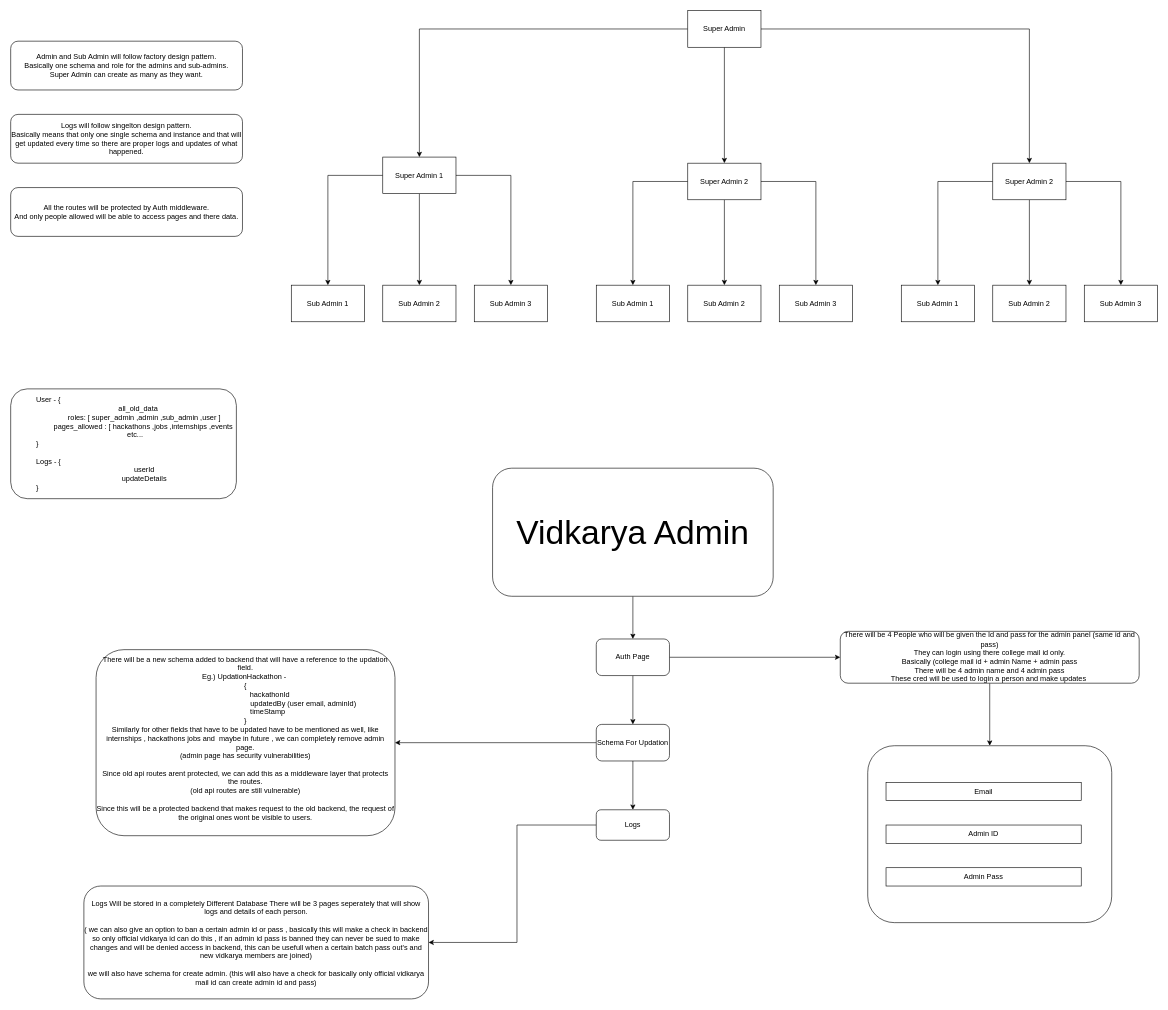
This is VidkaryaCMS.drawio from MishraShardendu22/Vidkarya, a draw.io file, before an edit. Source tidied: cells renumbered, new cells numbered last; positions are measured from the earlier drawing's top-left corner, leaving out a move shared by most shapes. Both pictures are drawn from the tidied source at 61%, with x=0, y=0 at pixel (10, 10).
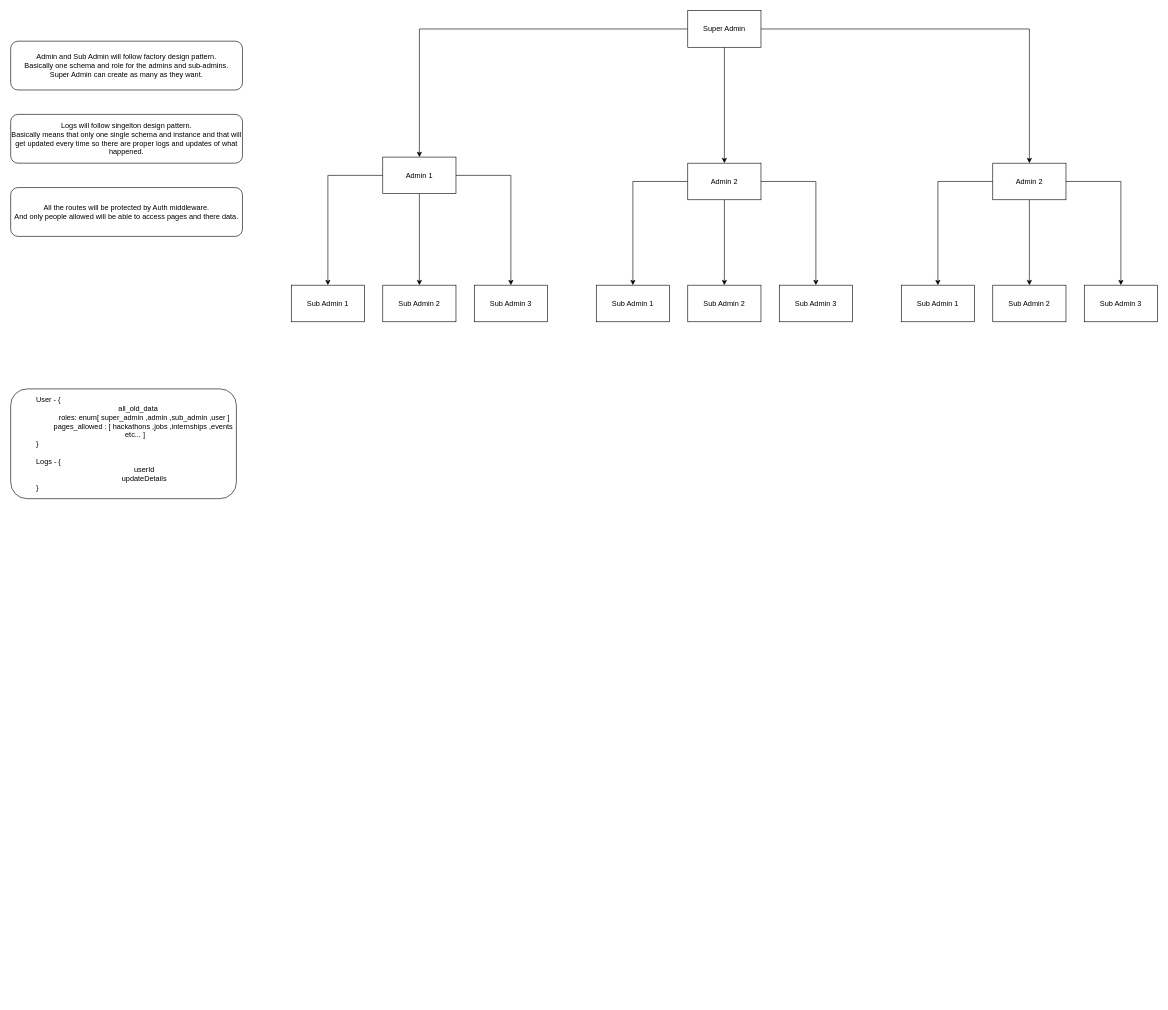
After the change.

What changed in the source:
```diff
@@
-    <mxCell id="2" style="edgeStyle=orthogonalEdgeStyle;rounded=0;jettySize=auto;html=1;" parent="1" edge="1" source="3" target="6">
-      <mxGeometry relative="1" as="geometry" />
-    </mxCell>
-    <mxCell id="3" value="&lt;font style=&quot;font-size: 55px;&quot;&gt;Vidkarya Admin&lt;/font&gt;" style="rounded=1;whiteSpace=wrap;html=1;" parent="1" vertex="1">
-      <mxGeometry x="790" y="750" width="460" height="210" as="geometry" />
-    </mxCell>
-    <mxCell id="4" style="edgeStyle=orthogonalEdgeStyle;rounded=0;jettySize=auto;html=1;entryX=0;entryY=0.5;entryDx=0;entryDy=0;" parent="1" edge="1" source="6" target="8">
-      <mxGeometry relative="1" as="geometry" />
-    </mxCell>
-    <mxCell id="5" style="edgeStyle=orthogonalEdgeStyle;rounded=0;jettySize=auto;html=1;" parent="1" edge="1" source="6" target="15">
-      <mxGeometry relative="1" as="geometry" />
-    </mxCell>
-    <mxCell id="6" value="Auth Page" style="whiteSpace=wrap;html=1;rounded=1;" parent="1" vertex="1">
-      <mxGeometry x="960" y="1030" width="120" height="60" as="geometry" />
-    </mxCell>
-    <mxCell id="7" style="edgeStyle=orthogonalEdgeStyle;rounded=0;jettySize=auto;html=1;entryX=0.5;entryY=0;entryDx=0;entryDy=0;" parent="1" edge="1" source="8" target="9">
-      <mxGeometry relative="1" as="geometry" />
-    </mxCell>
-    <mxCell id="8" value="There will be 4 People who will be given the Id and pass for the admin panel (same id and pass)&lt;div&gt;They can login using there college mail id only.&lt;br&gt;Basically (college mail id + admin Name + admin pass&lt;/div&gt;&lt;div&gt;&lt;span style=&quot;background-color: transparent; color: light-dark(rgb(0, 0, 0), rgb(255, 255, 255));&quot;&gt;There will be 4 admin name and 4 admin pass&lt;/span&gt;&lt;/div&gt;&lt;div&gt;These cred will be used to login a person and make updates&amp;nbsp;&lt;/div&gt;" style="rounded=1;whiteSpace=wrap;html=1;align=center;" parent="1" vertex="1">
-      <mxGeometry x="1360" y="1017.5" width="490" height="85" as="geometry" />
-    </mxCell>
-    <mxCell id="9" style="rounded=1;whiteSpace=wrap;html=1;" parent="1" vertex="1">
-      <mxGeometry x="1405" y="1205" width="400" height="290" as="geometry" />
-    </mxCell>
-    <mxCell id="10" value="Email" style="rounded=0;whiteSpace=wrap;html=1;" parent="1" vertex="1">
-      <mxGeometry x="1435" y="1265" width="320" height="30" as="geometry" />
-    </mxCell>
-    <mxCell id="11" value="Admin Pass" style="rounded=0;whiteSpace=wrap;html=1;" parent="1" vertex="1">
-      <mxGeometry x="1435" y="1405" width="320" height="30" as="geometry" />
-    </mxCell>
-    <mxCell id="12" value="Admin ID" style="rounded=0;whiteSpace=wrap;html=1;" parent="1" vertex="1">
-      <mxGeometry x="1435" y="1335" width="320" height="30" as="geometry" />
-    </mxCell>
-    <mxCell id="13" style="edgeStyle=orthogonalEdgeStyle;rounded=0;jettySize=auto;html=1;" parent="1" edge="1" source="15" target="16">
-      <mxGeometry relative="1" as="geometry" />
-    </mxCell>
-    <mxCell id="14" style="edgeStyle=orthogonalEdgeStyle;rounded=0;jettySize=auto;html=1;exitX=0.5;exitY=1;exitDx=0;exitDy=0;" parent="1" edge="1" source="15" target="18">
-      <mxGeometry relative="1" as="geometry" />
-    </mxCell>
-    <mxCell id="15" value="Schema For Updation" style="whiteSpace=wrap;html=1;rounded=1;" parent="1" vertex="1">
-      <mxGeometry x="960" y="1170" width="120" height="60" as="geometry" />
-    </mxCell>
-    <mxCell id="16" value="There will be a new schema added to backend that will have a reference to the updation field.&lt;div&gt;Eg.) UpdationHackathon -&amp;nbsp;&lt;/div&gt;&lt;div&gt;{&lt;/div&gt;&lt;div&gt;&lt;span style=&quot;white-space: pre;&quot;&gt;&#9;&lt;span style=&quot;white-space: pre;&quot;&gt;&#9;&lt;/span&gt;&lt;span style=&quot;white-space: pre;&quot;&gt;&#9;&lt;/span&gt;&lt;/span&gt;hackathonId&lt;/div&gt;&lt;div&gt;&lt;span style=&quot;white-space: pre;&quot;&gt;&lt;span style=&quot;white-space: pre;&quot;&gt;&#9;&lt;/span&gt;&lt;span style=&quot;white-space: pre;&quot;&gt;&#9;&lt;/span&gt;&lt;span style=&quot;white-space: pre;&quot;&gt;&#9;&lt;/span&gt;&lt;span style=&quot;white-space: pre;&quot;&gt;&#9;&lt;/span&gt;                         &lt;/span&gt;updatedBy (user email, adminId)&lt;/div&gt;&lt;div&gt;&lt;span style=&quot;white-space: pre;&quot;&gt;&#9;&lt;/span&gt;&lt;span style=&quot;white-space: pre;&quot;&gt;&#9;&lt;/span&gt;&amp;nbsp; &amp;nbsp; &amp;nbsp; timeStamp&lt;/div&gt;&lt;div&gt;}&lt;/div&gt;&lt;div&gt;Similarly for other fields that have to be updated have to be mentioned as well, like internships , hackathons jobs and&amp;nbsp; maybe in future , we can completely remove admin page.&lt;/div&gt;&lt;div&gt;(admin page has security vulnerabilities)&lt;/div&gt;&lt;div&gt;&lt;br&gt;&lt;/div&gt;&lt;div&gt;Since old api routes arent protected, we can add this as a middleware layer that protects the routes.&lt;/div&gt;&lt;div&gt;(old api routes are still vulnerable)&lt;/div&gt;&lt;div&gt;&lt;br&gt;&lt;/div&gt;&lt;div&gt;Since this will be a protected backend that makes request to the old backend, the request of the original ones wont be visible to users.&lt;br&gt;&lt;br&gt;&lt;/div&gt;" style="whiteSpace=wrap;html=1;rounded=1;" parent="1" vertex="1">
-      <mxGeometry x="140" y="1047.5" width="490" height="305" as="geometry" />
-    </mxCell>
-    <mxCell id="17" style="edgeStyle=orthogonalEdgeStyle;rounded=0;jettySize=auto;html=1;entryX=1;entryY=0.5;entryDx=0;entryDy=0;" parent="1" edge="1" source="18" target="19">
-      <mxGeometry relative="1" as="geometry">
-        <Array as="points">
-          <mxPoint x="830" y="1335" />
-          <mxPoint x="830" y="1527" />
-        </Array>
-      </mxGeometry>
-    </mxCell>
-    <mxCell id="18" value="Logs" style="rounded=1;whiteSpace=wrap;html=1;" parent="1" vertex="1">
-      <mxGeometry x="960" y="1310" width="120" height="50" as="geometry" />
-    </mxCell>
-    <mxCell id="19" value="&lt;div&gt;Logs Will be stored in a completely Different Database There will be 3 pages seperately that will show logs and details of each person.&lt;/div&gt;&lt;div&gt;&lt;br&gt;&lt;/div&gt;&lt;div&gt;( we can also give an option to ban a certain admin id or pass , basically this will make a check in backend so only official vidkarya id can do this , if an admin id pass is banned they can never be sued to make changes and will be denied access in backend, this can be usefull when a certain batch pass out's and new vidkarya members are joined)&lt;br&gt;&lt;br&gt;we will also have schema for create admin. (this will also have a check for basically only official vidkarya mail id can create admin id and pass)&lt;/div&gt;" style="whiteSpace=wrap;html=1;rounded=1;" parent="1" vertex="1">
-      <mxGeometry x="120" y="1435" width="565" height="185" as="geometry" />
-    </mxCell>
@@
-    <mxCell id="27" value="Super Admin 1" style="rounded=0;whiteSpace=wrap;html=1;" parent="1" vertex="1">
+    <mxCell id="27" value="Admin 1" style="rounded=0;whiteSpace=wrap;html=1;" parent="1" vertex="1">
       <mxGeometry x="610" y="240" width="120" height="60" as="geometry" />
     </mxCell>
@@
-    <mxCell id="34" value="Super Admin 2" style="rounded=0;whiteSpace=wrap;html=1;" parent="1" vertex="1">
+    <mxCell id="34" value="Admin 2" style="rounded=0;whiteSpace=wrap;html=1;" parent="1" vertex="1">
       <mxGeometry x="1110" y="250" width="120" height="60" as="geometry" />
     </mxCell>
@@
-    <mxCell id="41" value="Super Admin 2" style="rounded=0;whiteSpace=wrap;html=1;" parent="1" vertex="1">
+    <mxCell id="41" value="Admin 2" style="rounded=0;whiteSpace=wrap;html=1;" parent="1" vertex="1">
       <mxGeometry x="1610" y="250" width="120" height="60" as="geometry" />
     </mxCell>
@@
-    <mxCell id="48" value="&lt;blockquote style=&quot;margin: 0 0 0 40px; border: none; padding: 0px;&quot;&gt;User - {&lt;div style=&quot;text-align: center;&quot;&gt;&lt;span style=&quot;background-color: transparent; color: light-dark(rgb(0, 0, 0), rgb(255, 255, 255));&quot;&gt;&amp;nbsp; all_old_data&lt;/span&gt;&lt;/div&gt;&lt;div style=&quot;text-align: center;&quot;&gt;&lt;span style=&quot;white-space: pre;&quot;&gt;&#9;&lt;/span&gt;roles: [ super_admin ,admin ,sub_admin ,user ]&lt;/div&gt;&lt;div style=&quot;text-align: center;&quot;&gt;&lt;span style=&quot;white-space: pre;&quot;&gt;&#9;&lt;/span&gt;pages_allowed : [ hackathons ,jobs ,internships ,events&amp;nbsp; etc...&amp;nbsp;&lt;/div&gt;&lt;div&gt;}&lt;/div&gt;&lt;div&gt;&lt;br&gt;&lt;/div&gt;&lt;div&gt;Logs - {&lt;/div&gt;&lt;div style=&quot;text-align: center;&quot;&gt;&lt;span style=&quot;white-space: pre;&quot;&gt;&#9;&lt;/span&gt;userId&lt;/div&gt;&lt;div style=&quot;text-align: center;&quot;&gt;&lt;span style=&quot;white-space: pre;&quot;&gt;&#9;&lt;/span&gt;updateDetails&lt;/div&gt;&lt;div&gt;}&lt;/div&gt;&lt;/blockquote&gt;" style="rounded=1;whiteSpace=wrap;html=1;align=left;" parent="1" vertex="1">
+    <mxCell id="48" value="&lt;blockquote style=&quot;margin: 0 0 0 40px; border: none; padding: 0px;&quot;&gt;User - {&lt;div style=&quot;text-align: center;&quot;&gt;&lt;span style=&quot;background-color: transparent; color: light-dark(rgb(0, 0, 0), rgb(255, 255, 255));&quot;&gt;&amp;nbsp; all_old_data&lt;/span&gt;&lt;/div&gt;&lt;div style=&quot;text-align: center;&quot;&gt;&lt;span style=&quot;white-space: pre;&quot;&gt;&#9;&lt;/span&gt;roles: enum[ super_admin ,admin ,sub_admin ,user ]&lt;/div&gt;&lt;div style=&quot;text-align: center;&quot;&gt;&lt;span style=&quot;white-space: pre;&quot;&gt;&#9;&lt;/span&gt;pages_allowed : [ hackathons ,jobs ,internships ,events&amp;nbsp; etc... ]&amp;nbsp;&lt;/div&gt;&lt;div&gt;}&lt;/div&gt;&lt;div&gt;&lt;br&gt;&lt;/div&gt;&lt;div&gt;Logs - {&lt;/div&gt;&lt;div style=&quot;text-align: center;&quot;&gt;&lt;span style=&quot;white-space: pre;&quot;&gt;&#9;&lt;/span&gt;userId&lt;/div&gt;&lt;div style=&quot;text-align: center;&quot;&gt;&lt;span style=&quot;white-space: pre;&quot;&gt;&#9;&lt;/span&gt;updateDetails&lt;/div&gt;&lt;div&gt;}&lt;/div&gt;&lt;/blockquote&gt;" style="rounded=1;whiteSpace=wrap;html=1;align=left;" parent="1" vertex="1">
       <mxGeometry y="620" width="370" height="180" as="geometry" />
     </mxCell>
```
